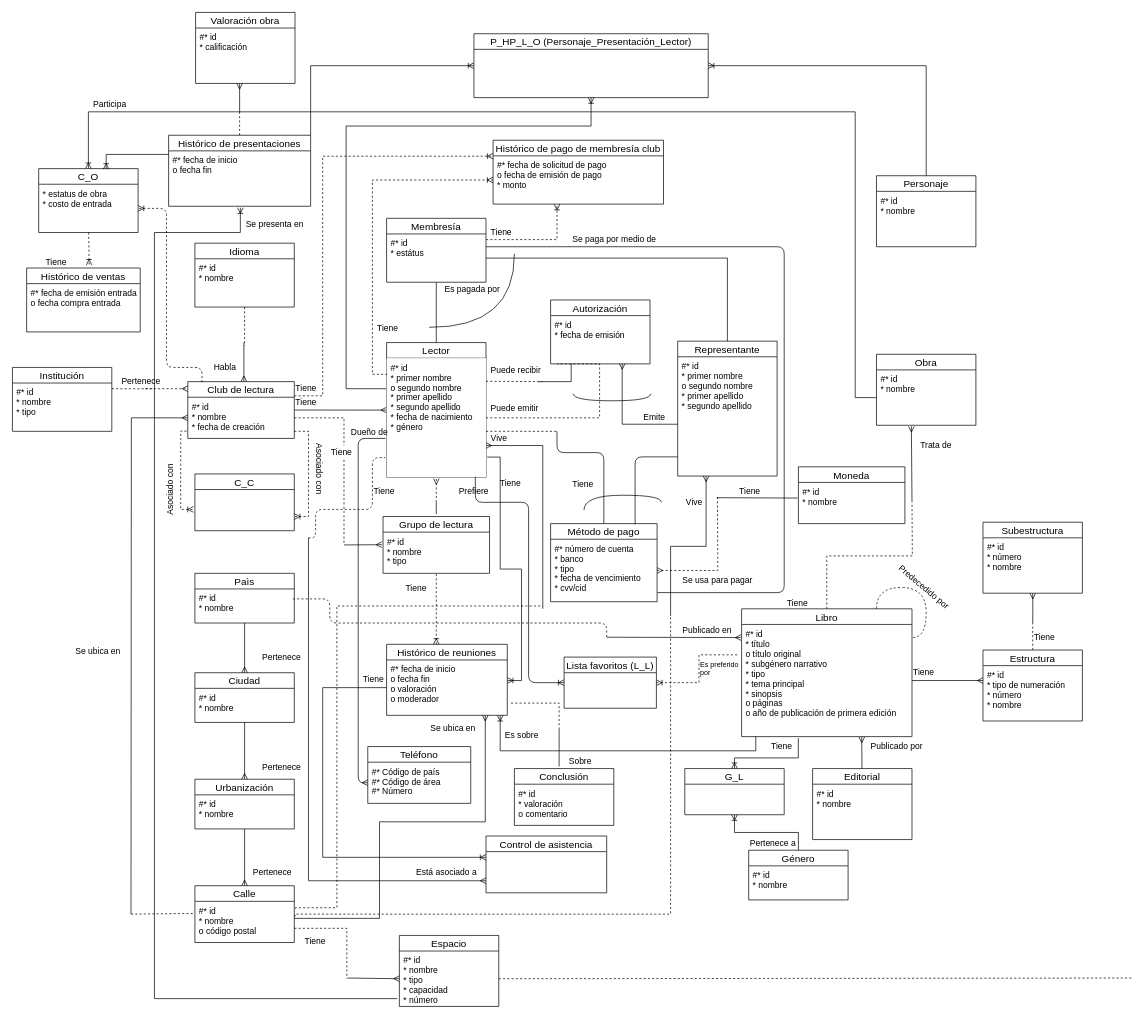
Earlier version of the draw.io diagram DB I/Hopefully this will be the last ER.drawio (NeutronBlast/IS-Ex). Source tidied: cells renumbered, new cells numbered last; positions are measured from the earlier drawing's top-left corner, leaving out a move shared by most shapes. Both pictures are drawn from the tidied source at 71%, with x=0, y=0 at pixel (12, 12).
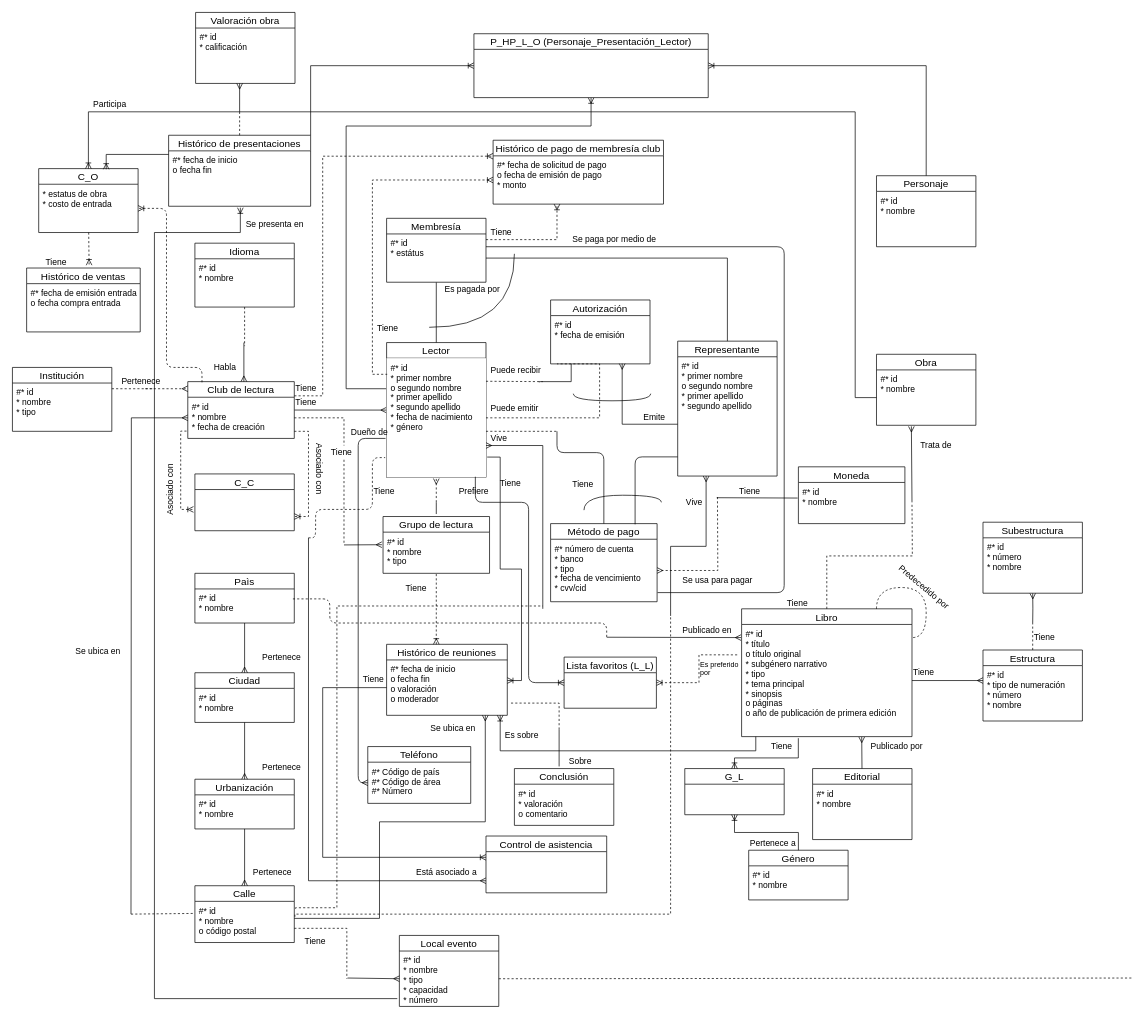
The same diagram, later.

Diff of the diagram source:
```diff
@@
-    <mxCell id="108" value="Espacio" style="swimlane;fontStyle=0;horizontal=1;startSize=22;fillColor=none;swimlaneFillColor=#ffffff;align=center;fontSize=14;" parent="1" vertex="1">
+    <mxCell id="108" value="Local evento" style="swimlane;fontStyle=0;horizontal=1;startSize=22;fillColor=none;swimlaneFillColor=#ffffff;align=center;fontSize=14;" parent="1" vertex="1">
       <mxGeometry x="545" y="1300" width="140" height="100" as="geometry" />
     </mxCell>
```
